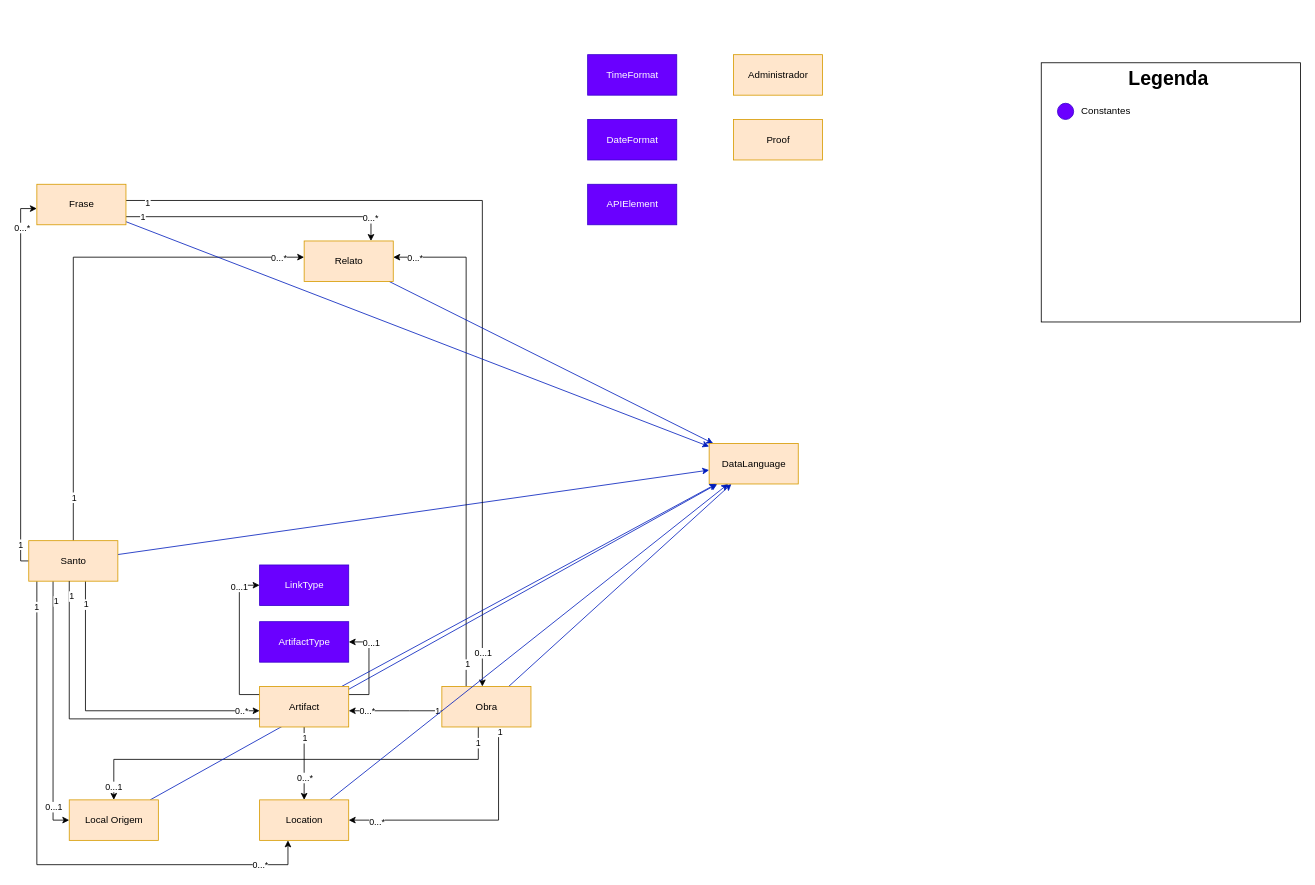
Above: page "Conceptual Model" (1 of 2) of Documentation/Untitled Diagram.drawio in the-catholics/Saints-API (draw.io), before the change. Source tidied: cells renumbered, new cells numbered last; positions are measured from the earlier drawing's top-left corner, leaving out a move shared by most shapes. Both pictures are drawn from the tidied source at 81%, with x=0, y=0 at pixel (20, 54).
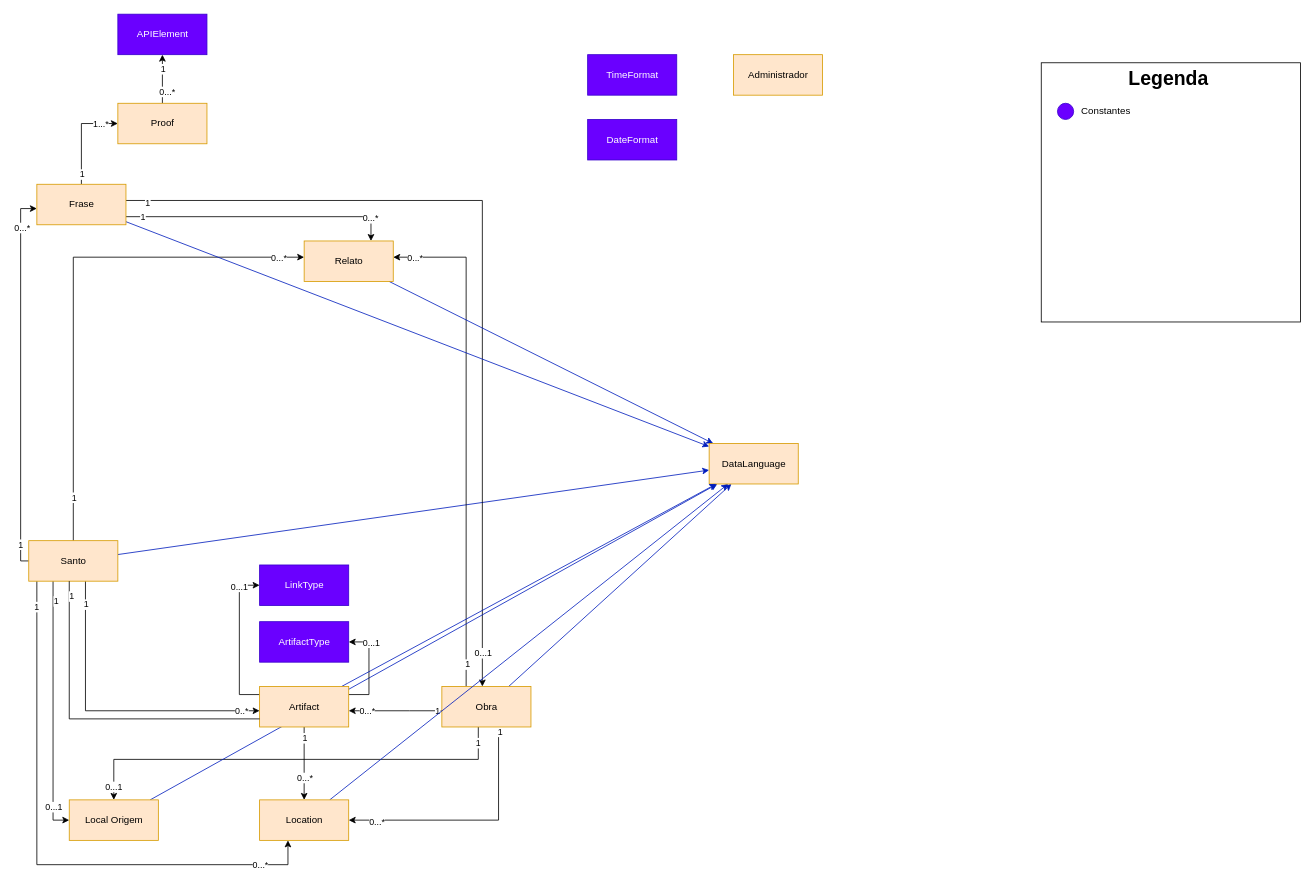
Above is the later version.

Unchanged cells that the change refers to:
```xml
<mxCell id="40" value="Frase" style="html=1;fillColor=#ffe6cc;strokeColor=#d79b00;" parent="1" vertex="1">
  <mxGeometry x="20" y="160" width="110" height="50" as="geometry" />
</mxCell>
```

The edit, as a diff of the source:
```diff
@@
+    <mxCell id="70" style="edgeStyle=orthogonalEdgeStyle;rounded=0;jettySize=auto;html=1;" parent="1" edge="1" source="40" target="68">
+      <mxGeometry relative="1" as="geometry">
+        <Array as="points">
+          <mxPoint x="75" y="85" />
+        </Array>
+      </mxGeometry>
+    </mxCell>
+    <mxCell id="71" value="1" style="edgeLabel;html=1;align=center;verticalAlign=middle;" parent="70" vertex="1">
+      <mxGeometry x="-0.83" y="1" relative="1" as="geometry">
+        <mxPoint x="1" y="-3" as="offset" />
+      </mxGeometry>
+    </mxCell>
+    <mxCell id="72" value="1...*" style="edgeLabel;html=1;align=center;verticalAlign=middle;" parent="70" vertex="1">
+      <mxGeometry x="0.72" relative="1" as="geometry">
+        <mxPoint x="-5" as="offset" />
+      </mxGeometry>
+    </mxCell>
@@
+    <mxCell id="73" style="edgeStyle=orthogonalEdgeStyle;rounded=0;jettySize=auto;html=1;" parent="1" edge="1" source="68" target="69">
+      <mxGeometry relative="1" as="geometry" />
+    </mxCell>
+    <mxCell id="74" value="1" style="edgeLabel;html=1;align=center;verticalAlign=middle;" parent="73" vertex="1">
+      <mxGeometry x="0.74" y="2" relative="1" as="geometry">
+        <mxPoint x="2" y="9" as="offset" />
+      </mxGeometry>
+    </mxCell>
+    <mxCell id="75" value="0...*" style="edgeLabel;html=1;align=center;verticalAlign=middle;" parent="73" vertex="1">
+      <mxGeometry x="-0.88" relative="1" as="geometry">
+        <mxPoint x="5" y="-11" as="offset" />
+      </mxGeometry>
+    </mxCell>
     <mxCell id="68" value="Proof" style="html=1;fillColor=#ffe6cc;strokeColor=#d79b00;" parent="1" vertex="1">
-      <mxGeometry x="880" y="80" width="110" height="50" as="geometry" />
+      <mxGeometry x="120" y="60" width="110" height="50" as="geometry" />
     </mxCell>
     <mxCell id="69" value="APIElement" style="html=1;fillColor=#6a00ff;strokeColor=#3700CC;fontColor=#ffffff;" parent="1" vertex="1">
-      <mxGeometry x="700" y="160" width="110" height="50" as="geometry" />
+      <mxGeometry x="120" y="-50" width="110" height="50" as="geometry" />
     </mxCell>
```
